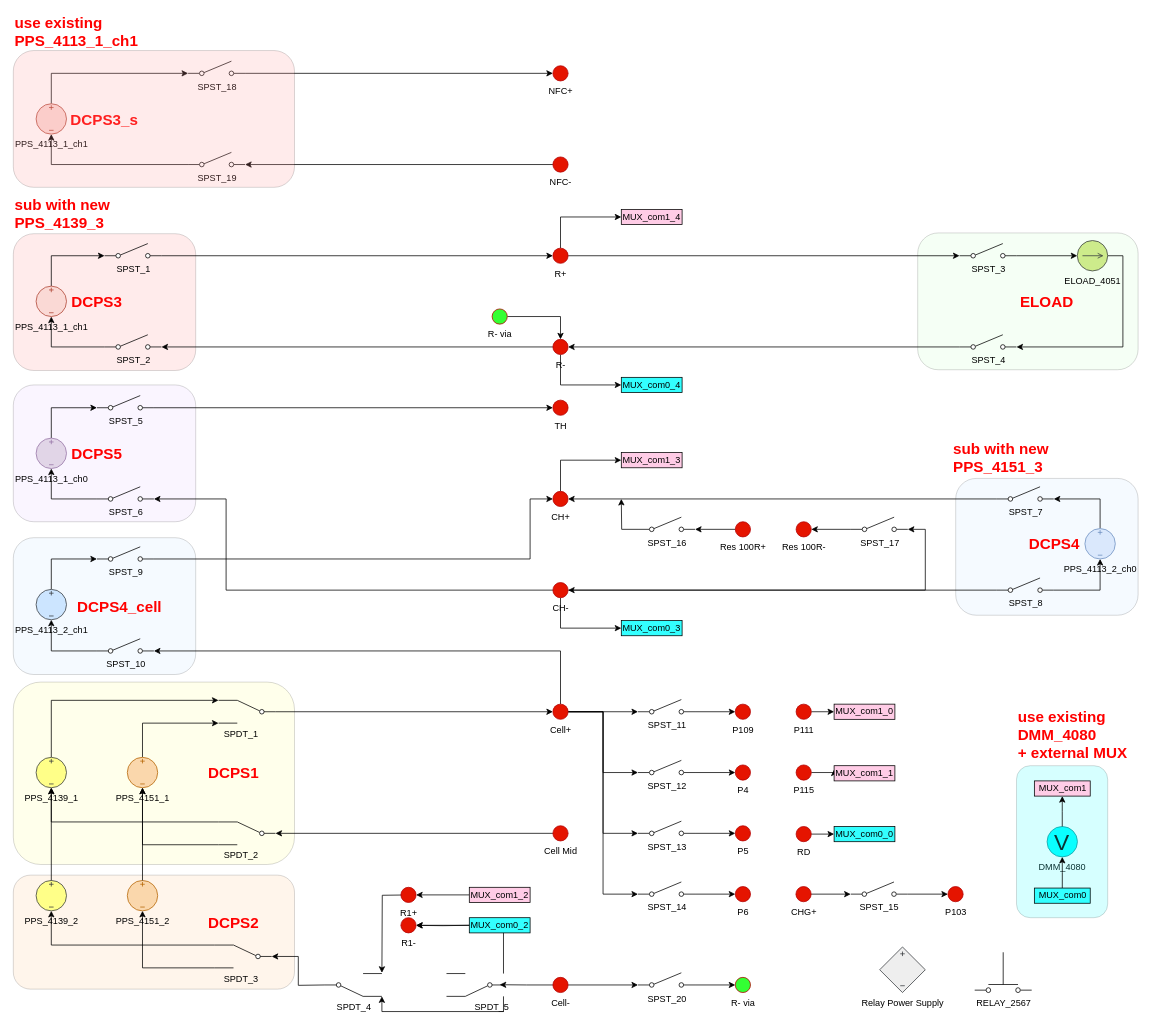
Earlier version of the draw.io diagram BMS_device_B.drawio (ktlim-xy/draw-io). Source tidied: cells renumbered, new cells numbered last; positions are measured from the earlier drawing's top-left corner, leaving out a move shared by most shapes. Both pictures are drawn from the tidied source at 76%, with x=0, y=0 at pixel (13, 20).
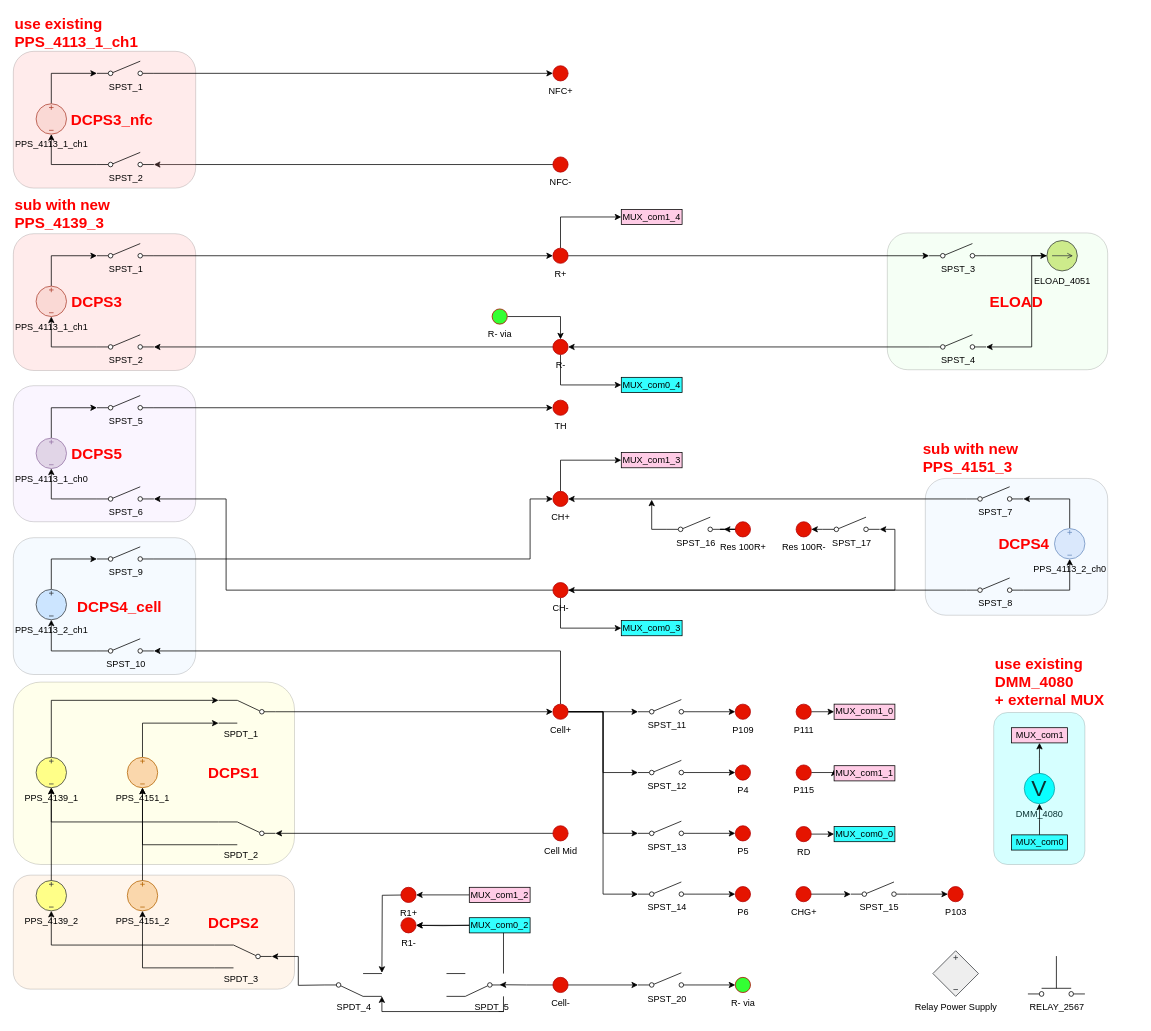
The same page after the edit.

Unchanged cells that the change refers to:
```xml
<mxCell id="37" value="CH-" style="verticalLabelPosition=bottom;shadow=0;dashed=0;align=center;html=1;verticalAlign=top;strokeWidth=1;shape=ellipse;perimeter=ellipsePerimeter;fillColor=#e51400;fontColor=light-dark(#000000,#FF0000);strokeColor=#B20000;" parent="1" vertex="1">
  <mxGeometry x="710" y="740" width="20" height="20" as="geometry" />
</mxCell>
<mxCell id="149" value="NFC-" style="verticalLabelPosition=bottom;shadow=0;dashed=0;align=center;html=1;verticalAlign=top;strokeWidth=1;shape=ellipse;perimeter=ellipsePerimeter;fillColor=#e51400;fontColor=light-dark(#000000,#FF0000);strokeColor=#B20000;" parent="1" vertex="1">
  <mxGeometry x="710" y="180" width="20" height="20" as="geometry" />
</mxCell>
<mxCell id="150" value="NFC+" style="verticalLabelPosition=bottom;shadow=0;dashed=0;align=center;html=1;verticalAlign=top;strokeWidth=1;shape=ellipse;perimeter=ellipsePerimeter;fillColor=#e51400;fontColor=light-dark(#000000,#FF0000);strokeColor=#B20000;" parent="1" vertex="1">
  <mxGeometry x="710" y="60" width="20" height="20" as="geometry" />
</mxCell>
```

The edit, as a diff of the source:
```diff
@@
+    <mxCell id="11" style="rounded=1;whiteSpace=wrap;html=1;fillColor=#FF9999;gradientColor=none;fillStyle=auto;gradientDirection=radial;opacity=20;" parent="1" vertex="1">
+      <mxGeometry y="281" width="240" height="180" as="geometry" />
+    </mxCell>
     <mxCell id="2" value="DMM_4080" style="verticalLabelPosition=bottom;shadow=0;dashed=0;align=center;html=1;verticalAlign=top;strokeWidth=1;shape=ellipse;fontSize=12;fontStyle=0;labelPosition=center;fillColor=#00FFFF;strokeColor=#0e8088;" parent="1" vertex="1">
-      <mxGeometry x="1360.2" y="1061" width="40" height="40" as="geometry" />
+      <mxGeometry x="1330.2" y="991" width="40" height="40" as="geometry" />
     </mxCell>
     <mxCell id="3" value="V" style="text;html=1;whiteSpace=wrap;strokeColor=none;fillColor=none;align=center;verticalAlign=middle;rounded=0;fontSize=30;fontStyle=0;" parent="1" vertex="1">
-      <mxGeometry x="1350.2" y="1066" width="60" height="30" as="geometry" />
+      <mxGeometry x="1320.2" y="996" width="60" height="30" as="geometry" />
     </mxCell>
     <mxCell id="4" style="rounded=1;whiteSpace=wrap;html=1;fillColor=#33FFFF;gradientColor=none;fillStyle=auto;gradientDirection=radial;opacity=20;" parent="1" vertex="1">
-      <mxGeometry x="1320" y="981" width="120" height="200" as="geometry" />
+      <mxGeometry x="1290" y="911" width="120" height="200" as="geometry" />
     </mxCell>
@@
     <mxCell id="7" style="rounded=1;whiteSpace=wrap;html=1;fillColor=#CCE5FF;gradientColor=none;fillStyle=auto;gradientDirection=radial;opacity=20;" parent="1" vertex="1">
-      <mxGeometry x="1240" y="603" width="240" height="180" as="geometry" />
+      <mxGeometry x="1200" y="603" width="240" height="180" as="geometry" />
     </mxCell>
@@
     <mxCell id="9" style="rounded=1;whiteSpace=wrap;html=1;fillColor=#E5CCFF;gradientColor=none;fillStyle=auto;gradientDirection=radial;opacity=20;" parent="1" vertex="1">
-      <mxGeometry y="480" width="240" height="180" as="geometry" />
+      <mxGeometry y="481" width="240" height="179" as="geometry" />
     </mxCell>
     <mxCell id="10" style="rounded=1;whiteSpace=wrap;html=1;fillColor=#CCFFCC;gradientColor=none;fillStyle=auto;gradientDirection=radial;opacity=20;" parent="1" vertex="1">
-      <mxGeometry x="1190" y="280" width="290" height="180" as="geometry" />
+      <mxGeometry x="1150" y="280" width="290" height="180" as="geometry" />
     </mxCell>
-    <mxCell id="11" style="rounded=1;whiteSpace=wrap;html=1;fillColor=#FF9999;gradientColor=none;fillStyle=auto;gradientDirection=radial;opacity=20;" parent="1" vertex="1">
-      <mxGeometry y="281" width="240" height="180" as="geometry" />
-    </mxCell>
@@
     <mxCell id="35" style="edgeStyle=orthogonalEdgeStyle;rounded=0;jettySize=auto;html=1;exitX=1;exitY=0.5;exitDx=0;exitDy=0;entryX=1;entryY=0.8;entryDx=0;entryDy=0;" parent="1" edge="1" source="37" target="124">
       <mxGeometry relative="1" as="geometry">
         <Array as="points">
-          <mxPoint x="1200" y="750" />
-          <mxPoint x="1200" y="670" />
+          <mxPoint x="1160" y="750" />
+          <mxPoint x="1160" y="670" />
         </Array>
       </mxGeometry>
     </mxCell>
@@
     <mxCell id="39" value="PPS_4113_2_ch0" style="verticalLabelPosition=bottom;shadow=0;dashed=0;align=center;html=1;verticalAlign=top;shape=mxgraph.electrical.signal_sources.source;points=[[0.5,0,0],[1,0.5,0],[0.5,1,0],[0,0.5,0]];elSignalType=dc3;rotation=0;fillColor=#dae8fc;strokeColor=#6c8ebf;" parent="1" vertex="1">
-      <mxGeometry x="1410" y="669" width="40" height="40" as="geometry" />
+      <mxGeometry x="1370" y="669" width="40" height="40" as="geometry" />
     </mxCell>
@@
     <mxCell id="41" value="SPST_7" style="html=1;shape=mxgraph.electrical.electro-mechanical.singleSwitch;elSwitchState=off;verticalAlign=top;labelPosition=center;verticalLabelPosition=bottom;align=center;" parent="1" vertex="1">
-      <mxGeometry x="1294" y="614" width="75" height="20" as="geometry" />
+      <mxGeometry x="1254" y="614" width="75" height="20" as="geometry" />
     </mxCell>
@@
     <mxCell id="44" value="SPST_8" style="html=1;shape=mxgraph.electrical.electro-mechanical.singleSwitch;elSwitchState=off;verticalAlign=top;labelPosition=center;verticalLabelPosition=bottom;align=center;" parent="1" vertex="1">
-      <mxGeometry x="1294" y="734" width="75" height="20" as="geometry" />
+      <mxGeometry x="1254" y="734" width="75" height="20" as="geometry" />
     </mxCell>
@@
     <mxCell id="67" value="SPST_1" style="html=1;shape=mxgraph.electrical.electro-mechanical.singleSwitch;elSwitchState=off;verticalAlign=top;labelPosition=center;verticalLabelPosition=bottom;align=center;" parent="1" vertex="1">
-      <mxGeometry x="120" y="294" width="75" height="20" as="geometry" />
+      <mxGeometry x="110" y="294" width="75" height="20" as="geometry" />
     </mxCell>
     <mxCell id="68" value="SPST_2" style="html=1;shape=mxgraph.electrical.electro-mechanical.singleSwitch;elSwitchState=off;verticalAlign=top;labelPosition=center;verticalLabelPosition=bottom;align=center;" parent="1" vertex="1">
-      <mxGeometry x="120" y="414" width="75" height="20" as="geometry" />
+      <mxGeometry x="110" y="414" width="75" height="20" as="geometry" />
     </mxCell>
     <mxCell id="69" style="edgeStyle=orthogonalEdgeStyle;rounded=0;jettySize=auto;html=1;exitX=1;exitY=0.5;exitDx=0;exitDy=0;exitPerimeter=0;entryX=1;entryY=0.8;entryDx=0;entryDy=0;" parent="1" edge="1" source="70" target="73">
       <mxGeometry relative="1" as="geometry">
         <Array as="points">
-          <mxPoint x="1460" y="310" />
-          <mxPoint x="1460" y="430" />
+          <mxPoint x="1340" y="310" />
+          <mxPoint x="1340" y="430" />
         </Array>
       </mxGeometry>
     </mxCell>
     <mxCell id="70" value="ELOAD_4051" style="verticalLabelPosition=bottom;shadow=0;dashed=0;align=center;html=1;verticalAlign=top;shape=mxgraph.electrical.signal_sources.source;points=[[0.5,0,0],[1,0.5,0],[0.5,1,0],[0,0.5,0]];elSignalType=dc1;rotation=0;labelPosition=center;fillColor=#cdeb8b;strokeColor=#36393d;" parent="1" vertex="1">
-      <mxGeometry x="1400" y="290" width="40" height="40" as="geometry" />
+      <mxGeometry x="1360" y="290" width="40" height="40" as="geometry" />
     </mxCell>
     <mxCell id="71" value="SPST_3" style="html=1;shape=mxgraph.electrical.electro-mechanical.singleSwitch;elSwitchState=off;verticalAlign=top;labelPosition=center;verticalLabelPosition=bottom;align=center;" parent="1" vertex="1">
-      <mxGeometry x="1245" y="294" width="75" height="20" as="geometry" />
+      <mxGeometry x="1205" y="294" width="75" height="20" as="geometry" />
     </mxCell>
@@
     <mxCell id="73" value="SPST_4" style="html=1;shape=mxgraph.electrical.electro-mechanical.singleSwitch;elSwitchState=off;verticalAlign=top;labelPosition=center;verticalLabelPosition=bottom;align=center;" parent="1" vertex="1">
-      <mxGeometry x="1245" y="414" width="75" height="20" as="geometry" />
+      <mxGeometry x="1205" y="414" width="75" height="20" as="geometry" />
     </mxCell>
@@
     <mxCell id="93" value="Relay Power Supply" style="verticalLabelPosition=bottom;shadow=0;dashed=0;align=center;html=1;verticalAlign=top;shape=mxgraph.electrical.signal_sources.source;elSourceType=dependent;elSignalType=dc3;fillColor=#eeeeee;strokeColor=#36393d;" parent="1" vertex="1">
-      <mxGeometry x="1140" y="1219.5" width="60" height="60" as="geometry" />
+      <mxGeometry x="1210" y="1224.5" width="60" height="60" as="geometry" />
     </mxCell>
     <mxCell id="94" value="RELAY_2567" style="verticalLabelPosition=bottom;shadow=0;dashed=0;align=center;html=1;verticalAlign=top;shape=mxgraph.electrical.electro-mechanical.pushbuttonMakeSwitch2;elSwitchState=1;" parent="1" vertex="1">
-      <mxGeometry x="1265" y="1226.5" width="75" height="53" as="geometry" />
+      <mxGeometry x="1335" y="1231.5" width="75" height="53" as="geometry" />
     </mxCell>
@@
     <mxCell id="100" value="&lt;b&gt;&lt;font style=&quot;color: rgb(255, 0, 0);&quot;&gt;DCPS4&lt;/font&gt;&lt;/b&gt;" style="text;html=1;whiteSpace=wrap;strokeColor=none;fillColor=none;align=center;verticalAlign=middle;rounded=0;fontSize=20;" parent="1" vertex="1">
-      <mxGeometry x="1340" y="674" width="60" height="30" as="geometry" />
+      <mxGeometry x="1300" y="674" width="60" height="30" as="geometry" />
     </mxCell>
@@
     <mxCell id="102" value="&lt;span&gt;&lt;font style=&quot;color: rgb(255, 0, 0);&quot;&gt;ELOAD&lt;/font&gt;&lt;/span&gt;" style="text;html=1;whiteSpace=wrap;strokeColor=none;fillColor=none;align=center;verticalAlign=middle;rounded=0;fontSize=20;fontStyle=1;" parent="1" vertex="1">
-      <mxGeometry x="1330" y="355" width="60" height="30" as="geometry" />
+      <mxGeometry x="1290" y="355" width="60" height="30" as="geometry" />
     </mxCell>
@@
-    <mxCell id="118" style="edgeStyle=orthogonalEdgeStyle;rounded=0;jettySize=auto;html=1;exitX=0;exitY=0.8;exitDx=0;exitDy=0;" parent="1" edge="1" source="119">
-      <mxGeometry relative="1" as="geometry">
-        <mxPoint x="800" y="630" as="targetPoint" />
-      </mxGeometry>
-    </mxCell>
+    <mxCell id="169" style="edgeStyle=orthogonalEdgeStyle;rounded=0;jettySize=auto;html=1;exitX=0;exitY=0.8;exitDx=0;exitDy=0;" parent="1" edge="1" source="119">
+      <mxGeometry relative="1" as="geometry">
+        <mxPoint x="840" y="631" as="targetPoint" />
+      </mxGeometry>
+    </mxCell>
     <mxCell id="119" value="SPST_16" style="html=1;shape=mxgraph.electrical.electro-mechanical.singleSwitch;elSwitchState=off;labelPosition=center;verticalLabelPosition=bottom;align=center;verticalAlign=top;" parent="1" vertex="1">
-      <mxGeometry x="822" y="654" width="75" height="20" as="geometry" />
+      <mxGeometry x="860" y="654" width="75" height="20" as="geometry" />
     </mxCell>
@@
     <mxCell id="124" value="SPST_17" style="html=1;shape=mxgraph.electrical.electro-mechanical.singleSwitch;elSwitchState=off;labelPosition=center;verticalLabelPosition=bottom;align=center;verticalAlign=top;" parent="1" vertex="1">
-      <mxGeometry x="1102" y="654" width="75" height="20" as="geometry" />
+      <mxGeometry x="1065" y="654" width="75" height="20" as="geometry" />
     </mxCell>
@@
     <mxCell id="134" value="MUX_com1" style="rounded=0;whiteSpace=wrap;html=1;fillColor=#FFCCE6;" parent="1" vertex="1">
-      <mxGeometry x="1343.5" y="1001" width="73.5" height="20" as="geometry" />
+      <mxGeometry x="1313.5" y="931" width="73.5" height="20" as="geometry" />
     </mxCell>
@@
     <mxCell id="137" value="MUX_com0" style="rounded=0;whiteSpace=wrap;html=1;fillColor=#33FFFF;" parent="1" vertex="1">
-      <mxGeometry x="1343.5" y="1142" width="73.5" height="20" as="geometry" />
+      <mxGeometry x="1313.5" y="1072" width="73.5" height="20" as="geometry" />
     </mxCell>
@@
-    <mxCell id="148" style="edgeStyle=orthogonalEdgeStyle;rounded=0;jettySize=auto;html=1;entryX=1;entryY=0.8;entryDx=0;entryDy=0;" parent="1" edge="1" source="149" target="155">
-      <mxGeometry relative="1" as="geometry" />
-    </mxCell>
+    <mxCell id="170" style="edgeStyle=orthogonalEdgeStyle;rounded=0;jettySize=auto;html=1;exitX=0;exitY=0.5;exitDx=0;exitDy=0;entryX=1;entryY=0.8;entryDx=0;entryDy=0;" parent="1" edge="1" source="149" target="175">
+      <mxGeometry relative="1" as="geometry" />
+    </mxCell>
@@
-    <mxCell id="151" style="edgeStyle=orthogonalEdgeStyle;rounded=0;jettySize=auto;html=1;exitX=0.5;exitY=0;exitDx=0;exitDy=0;exitPerimeter=0;entryX=0;entryY=0.8;entryDx=0;entryDy=0;" parent="1" edge="1" source="152" target="154">
-      <mxGeometry relative="1" as="geometry" />
-    </mxCell>
-    <mxCell id="152" value="PPS_4113_1_ch1" style="verticalLabelPosition=bottom;shadow=0;dashed=0;align=center;html=1;verticalAlign=top;shape=mxgraph.electrical.signal_sources.source;points=[[0.5,0,0],[1,0.5,0],[0.5,1,0],[0,0.5,0]];elSignalType=dc3;rotation=0;fillColor=#fad9d5;strokeColor=#ae4132;" parent="1" vertex="1">
-      <mxGeometry x="30" y="110" width="40" height="40" as="geometry" />
-    </mxCell>
-    <mxCell id="153" style="edgeStyle=orthogonalEdgeStyle;rounded=0;jettySize=auto;html=1;exitX=1;exitY=0.8;exitDx=0;exitDy=0;entryX=0;entryY=0.5;entryDx=0;entryDy=0;" parent="1" edge="1" source="154" target="150">
-      <mxGeometry relative="1" as="geometry" />
-    </mxCell>
-    <mxCell id="154" value="SPST_18" style="html=1;shape=mxgraph.electrical.electro-mechanical.singleSwitch;elSwitchState=off;verticalAlign=top;labelPosition=center;verticalLabelPosition=bottom;align=center;" parent="1" vertex="1">
-      <mxGeometry x="230" y="54" width="75" height="20" as="geometry" />
-    </mxCell>
-    <mxCell id="155" value="SPST_19" style="html=1;shape=mxgraph.electrical.electro-mechanical.singleSwitch;elSwitchState=off;verticalAlign=top;labelPosition=center;verticalLabelPosition=bottom;align=center;" parent="1" vertex="1">
-      <mxGeometry x="230" y="174" width="75" height="20" as="geometry" />
-    </mxCell>
-    <mxCell id="156" style="edgeStyle=orthogonalEdgeStyle;rounded=0;jettySize=auto;html=1;exitX=0;exitY=0.8;exitDx=0;exitDy=0;entryX=0.5;entryY=1;entryDx=0;entryDy=0;entryPerimeter=0;" parent="1" edge="1" source="155" target="152">
-      <mxGeometry relative="1" as="geometry" />
-    </mxCell>
@@
     <mxCell id="161" value="use existing&lt;br&gt;PPS_4113_1_ch1" style="text;html=1;whiteSpace=wrap;strokeColor=none;fillColor=none;align=left;verticalAlign=middle;rounded=0;fontStyle=1;fontColor=#FF0000;fontSize=20;" parent="1" vertex="1">
-      <mxGeometry width="120" height="30" as="geometry" />
+      <mxGeometry y="1" width="120" height="30" as="geometry" />
     </mxCell>
     <mxCell id="162" value="sub with new&lt;br&gt;PPS_4151_3" style="text;html=1;whiteSpace=wrap;strokeColor=none;fillColor=none;align=left;verticalAlign=middle;rounded=0;fontStyle=1;fontColor=#FF0000;fontSize=20;" parent="1" vertex="1">
-      <mxGeometry x="1235" y="560" width="140" height="30" as="geometry" />
+      <mxGeometry x="1195" y="560" width="140" height="30" as="geometry" />
     </mxCell>
     <mxCell id="163" value="use existing&lt;br&gt;DMM_4080&amp;nbsp;&lt;div&gt;+ external MUX&lt;/div&gt;" style="text;html=1;whiteSpace=wrap;strokeColor=none;fillColor=none;align=left;verticalAlign=middle;rounded=0;fontStyle=1;fontColor=#FF0000;fontSize=20;" parent="1" vertex="1">
-      <mxGeometry x="1320" y="911" width="150" height="58" as="geometry" />
+      <mxGeometry x="1290" y="841" width="150" height="58" as="geometry" />
     </mxCell>
@@
-    <mxCell id="167" value="&lt;b&gt;&lt;font style=&quot;color: rgb(255, 0, 0);&quot;&gt;DCPS3_s&lt;/font&gt;&lt;/b&gt;" style="text;html=1;whiteSpace=wrap;strokeColor=none;fillColor=none;align=center;verticalAlign=middle;rounded=0;fontSize=20;" parent="1" vertex="1">
-      <mxGeometry x="90" y="115" width="60" height="30" as="geometry" />
-    </mxCell>
-    <mxCell id="168" style="rounded=1;whiteSpace=wrap;html=1;fillColor=#FF9999;gradientColor=none;fillStyle=auto;gradientDirection=radial;opacity=20;" parent="1" vertex="1">
-      <mxGeometry y="40" width="370" height="180" as="geometry" />
-    </mxCell>
+    <mxCell id="171" style="rounded=1;whiteSpace=wrap;html=1;fillColor=#FF9999;gradientColor=none;fillStyle=auto;gradientDirection=radial;opacity=20;" parent="1" vertex="1">
+      <mxGeometry y="41" width="240" height="180" as="geometry" />
+    </mxCell>
+    <mxCell id="172" style="edgeStyle=orthogonalEdgeStyle;rounded=0;jettySize=auto;html=1;exitX=0.5;exitY=0;exitDx=0;exitDy=0;exitPerimeter=0;entryX=0;entryY=0.8;entryDx=0;entryDy=0;" parent="1" edge="1" source="152" target="174">
+      <mxGeometry relative="1" as="geometry" />
+    </mxCell>
+    <mxCell id="152" value="PPS_4113_1_ch1" style="verticalLabelPosition=bottom;shadow=0;dashed=0;align=center;html=1;verticalAlign=top;shape=mxgraph.electrical.signal_sources.source;points=[[0.5,0,0],[1,0.5,0],[0.5,1,0],[0,0.5,0]];elSignalType=dc3;rotation=0;fillColor=#fad9d5;strokeColor=#ae4132;" parent="1" vertex="1">
+      <mxGeometry x="30" y="110" width="40" height="40" as="geometry" />
+    </mxCell>
+    <mxCell id="173" style="edgeStyle=orthogonalEdgeStyle;rounded=0;jettySize=auto;html=1;exitX=1;exitY=0.8;exitDx=0;exitDy=0;entryX=0;entryY=0.5;entryDx=0;entryDy=0;" parent="1" edge="1" source="174" target="150">
+      <mxGeometry relative="1" as="geometry" />
+    </mxCell>
+    <mxCell id="174" value="SPST_1" style="html=1;shape=mxgraph.electrical.electro-mechanical.singleSwitch;elSwitchState=off;verticalAlign=top;labelPosition=center;verticalLabelPosition=bottom;align=center;" parent="1" vertex="1">
+      <mxGeometry x="110" y="54" width="75" height="20" as="geometry" />
+    </mxCell>
+    <mxCell id="175" value="SPST_2" style="html=1;shape=mxgraph.electrical.electro-mechanical.singleSwitch;elSwitchState=off;verticalAlign=top;labelPosition=center;verticalLabelPosition=bottom;align=center;" parent="1" vertex="1">
+      <mxGeometry x="110" y="174" width="75" height="20" as="geometry" />
+    </mxCell>
+    <mxCell id="176" style="edgeStyle=orthogonalEdgeStyle;rounded=0;jettySize=auto;html=1;exitX=0;exitY=0.8;exitDx=0;exitDy=0;entryX=0.5;entryY=1;entryDx=0;entryDy=0;entryPerimeter=0;" parent="1" edge="1" source="175" target="152">
+      <mxGeometry relative="1" as="geometry" />
+    </mxCell>
+    <mxCell id="177" value="&lt;b&gt;&lt;font style=&quot;color: rgb(255, 0, 0);&quot;&gt;DCPS3_nfc&lt;/font&gt;&lt;/b&gt;" style="text;html=1;whiteSpace=wrap;strokeColor=none;fillColor=none;align=center;verticalAlign=middle;rounded=0;fontSize=20;" parent="1" vertex="1">
+      <mxGeometry x="100" y="115" width="60" height="30" as="geometry" />
+    </mxCell>
```
